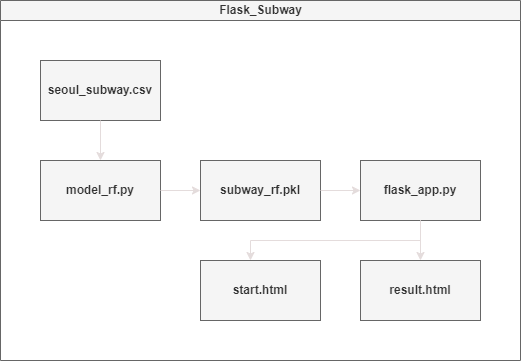
Above: Flask_Subway/diagram.png in likemilktea/seoul_subway_on_off (draw.io), before the change. Source tidied: cells renumbered, new cells last; positions are measured from the earlier drawing's top-left corner, leaving out a move shared by most shapes.
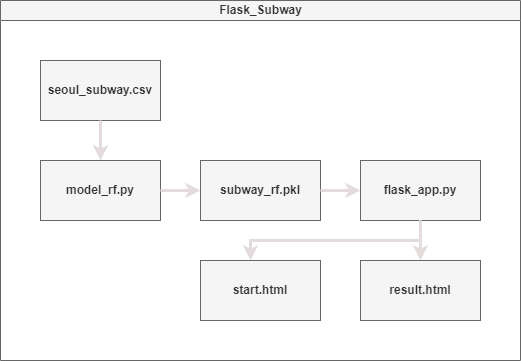
After the commit.

Diff of the diagram source:
```diff
@@ -8,31 +8,31 @@
     <mxCell id="3" value="&lt;b&gt;seoul_subway.csv&lt;/b&gt;" style="rounded=0;whiteSpace=wrap;html=1;glass=0;strokeColor=#666666;fontFamily=Helvetica;fontSize=12;startSize=20;fillColor=#f5f5f5;fontColor=#333333;" parent="2" vertex="1">
       <mxGeometry x="40" y="60" width="120" height="60" as="geometry" />
     </mxCell>
-    <mxCell id="4" style="edgeStyle=orthogonalEdgeStyle;rounded=0;jettySize=auto;html=1;fillColor=#f5f5f5;strokeColor=#E4DCDC;" parent="2" edge="1" source="3" target="5">
+    <mxCell id="4" style="edgeStyle=orthogonalEdgeStyle;rounded=0;jettySize=auto;html=1;fillColor=#f5f5f5;strokeColor=#E4DCDC;strokeWidth=3;" parent="2" edge="1" source="3" target="5">
       <mxGeometry relative="1" as="geometry" />
     </mxCell>
     <mxCell id="5" value="&lt;b&gt;model_rf.py&lt;/b&gt;" style="rounded=0;whiteSpace=wrap;html=1;glass=0;strokeColor=#666666;fontFamily=Helvetica;fontSize=12;startSize=20;fillColor=#f5f5f5;fontColor=#333333;" parent="2" vertex="1">
       <mxGeometry x="40" y="160" width="120" height="60" as="geometry" />
     </mxCell>
-    <mxCell id="6" style="edgeStyle=orthogonalEdgeStyle;rounded=0;jettySize=auto;html=1;fillColor=#f5f5f5;strokeColor=#E4DCDC;" parent="2" edge="1" source="5" target="7">
+    <mxCell id="6" style="edgeStyle=orthogonalEdgeStyle;rounded=0;jettySize=auto;html=1;fillColor=#f5f5f5;strokeColor=#E4DCDC;strokeWidth=3;" parent="2" edge="1" source="5" target="7">
       <mxGeometry relative="1" as="geometry" />
     </mxCell>
     <mxCell id="7" value="&lt;b&gt;subway_rf.pkl&lt;/b&gt;" style="rounded=0;whiteSpace=wrap;html=1;glass=0;strokeColor=#666666;fontFamily=Helvetica;fontSize=12;startSize=20;fillColor=#f5f5f5;fontColor=#333333;" parent="2" vertex="1">
       <mxGeometry x="200" y="160" width="120" height="60" as="geometry" />
     </mxCell>
-    <mxCell id="8" style="edgeStyle=orthogonalEdgeStyle;rounded=0;jettySize=auto;html=1;fillColor=#f5f5f5;strokeColor=#E4DCDC;" parent="2" edge="1" source="7" target="9">
+    <mxCell id="8" style="edgeStyle=orthogonalEdgeStyle;rounded=0;jettySize=auto;html=1;fillColor=#f5f5f5;strokeColor=#E4DCDC;strokeWidth=3;" parent="2" edge="1" source="7" target="9">
       <mxGeometry relative="1" as="geometry" />
     </mxCell>
     <mxCell id="9" value="&lt;b&gt;flask_app.py&lt;/b&gt;" style="rounded=0;whiteSpace=wrap;html=1;glass=0;strokeColor=#666666;fontFamily=Helvetica;fontSize=12;startSize=20;fillColor=#f5f5f5;fontColor=#333333;" parent="2" vertex="1">
       <mxGeometry x="360" y="160" width="120" height="60" as="geometry" />
     </mxCell>
-    <mxCell id="10" style="edgeStyle=orthogonalEdgeStyle;rounded=0;jettySize=auto;html=1;fillColor=#f5f5f5;strokeColor=#E4DCDC;" parent="2" edge="1" source="9" target="11">
+    <mxCell id="10" style="edgeStyle=orthogonalEdgeStyle;rounded=0;jettySize=auto;html=1;fillColor=#f5f5f5;strokeColor=#E4DCDC;strokeWidth=3;" parent="2" edge="1" source="9" target="11">
       <mxGeometry relative="1" as="geometry" />
     </mxCell>
     <mxCell id="11" value="&lt;b&gt;result.html&lt;/b&gt;" style="rounded=0;whiteSpace=wrap;html=1;glass=0;strokeColor=#666666;fontFamily=Helvetica;fontSize=12;startSize=20;fillColor=#f5f5f5;fontColor=#333333;" parent="2" vertex="1">
       <mxGeometry x="360" y="260" width="120" height="60" as="geometry" />
     </mxCell>
-    <mxCell id="12" style="edgeStyle=orthogonalEdgeStyle;rounded=0;jettySize=auto;html=1;fillColor=#f5f5f5;strokeColor=#E4DCDC;" parent="2" edge="1" source="9" target="13">
+    <mxCell id="12" style="edgeStyle=orthogonalEdgeStyle;rounded=0;jettySize=auto;html=1;fillColor=#f5f5f5;strokeColor=#E4DCDC;strokeWidth=3;" parent="2" edge="1" source="9" target="13">
       <mxGeometry relative="1" as="geometry">
         <Array as="points">
           <mxPoint x="420" y="240" />
```
